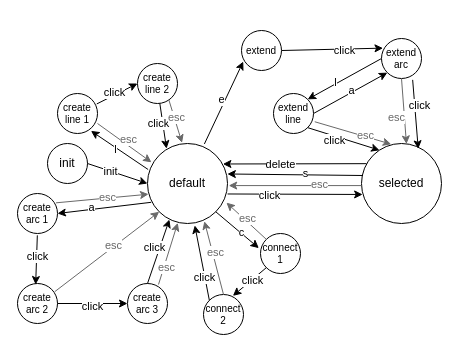
Earlier version of the draw.io diagram state_diagrams.drawio (sunminni/libOpenDRIVE-Mapmaker). Source tidied: cells renumbered, new cells numbered last; positions are measured from the earlier drawing's top-left corner, leaving out a move shared by most shapes. Both pictures are drawn from the tidied source at 100%, with x=0, y=0 at pixel (17, 30).
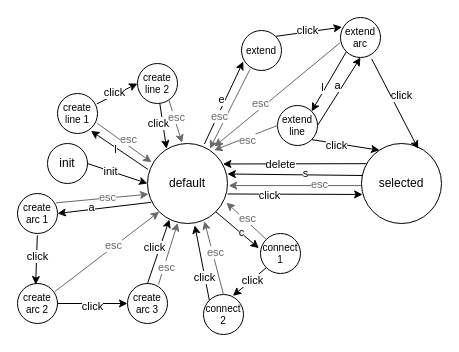
The same page after the edit.

The change refers to these unchanged cells:
```xml
<mxCell id="2" value="default" style="ellipse;whiteSpace=wrap;html=1;" parent="1" vertex="1">
  <mxGeometry x="130" y="113" width="80" height="80" as="geometry" />
</mxCell>
<mxCell id="3" value="selected" style="ellipse;whiteSpace=wrap;html=1;" parent="1" vertex="1">
  <mxGeometry x="344" y="113" width="80" height="80" as="geometry" />
</mxCell>
<mxCell id="65" value="extend" style="ellipse;whiteSpace=wrap;html=1;fontSize=10;" parent="1" vertex="1">
  <mxGeometry x="224" width="40" height="40" as="geometry" />
</mxCell>
```

What changed in the source:
```diff
@@
-    <mxCell id="10" style="endArrow=classic;html=1;rounded=0;exitX=1;exitY=0.5;exitDx=0;exitDy=0;entryX=0;entryY=1;entryDx=0;entryDy=0;" parent="1" edge="1" source="22" target="50">
+    <mxCell id="10" style="endArrow=classic;html=1;rounded=0;exitX=1;exitY=0.5;exitDx=0;exitDy=0;entryX=0.5;entryY=1;entryDx=0;entryDy=0;" parent="1" edge="1" source="22" target="50">
       <mxGeometry relative="1" as="geometry" />
     </mxCell>
@@
     <mxCell id="22" value="extend line" style="ellipse;whiteSpace=wrap;html=1;fontSize=10;" parent="1" vertex="1">
-      <mxGeometry x="256" y="63" width="40" height="40" as="geometry" />
+      <mxGeometry x="260" y="75" width="40" height="40" as="geometry" />
     </mxCell>
-    <mxCell id="23" style="endArrow=classic;html=1;rounded=0;exitX=0;exitY=0.5;exitDx=0;exitDy=0;entryX=1;entryY=0;entryDx=0;entryDy=0;" parent="1" edge="1" source="50" target="22">
+    <mxCell id="23" style="endArrow=classic;html=1;rounded=0;exitX=0;exitY=1;exitDx=0;exitDy=0;entryX=1;entryY=0;entryDx=0;entryDy=0;" parent="1" edge="1" source="50" target="22">
       <mxGeometry relative="1" as="geometry" />
     </mxCell>
@@
-    <mxCell id="25" style="endArrow=classic;html=1;rounded=0;exitX=1;exitY=0.5;exitDx=0;exitDy=0;entryX=0.038;entryY=0.241;entryDx=0;entryDy=0;entryPerimeter=0;" parent="1" edge="1" source="65" target="50">
+    <mxCell id="25" style="endArrow=classic;html=1;rounded=0;exitX=1;exitY=0;exitDx=0;exitDy=0;entryX=0.038;entryY=0.241;entryDx=0;entryDy=0;entryPerimeter=0;" parent="1" edge="1" source="65" target="50">
       <mxGeometry relative="1" as="geometry" />
     </mxCell>
     <mxCell id="26" value="click" style="edgeLabel;html=1;align=center;verticalAlign=middle;" parent="25" vertex="1">
       <mxGeometry x="0.15" relative="1" as="geometry">
-        <mxPoint x="5" y="1" as="offset" />
+        <mxPoint x="-7" y="-1" as="offset" />
       </mxGeometry>
     </mxCell>
@@
-    <mxCell id="48" style="endArrow=classic;html=1;rounded=0;exitX=1.031;exitY=0.706;exitDx=0;exitDy=0;entryX=0.372;entryY=0.009;entryDx=0;entryDy=0;entryPerimeter=0;strokeColor=#696969;exitPerimeter=0;" parent="1" edge="1" source="22" target="3">
+    <mxCell id="48" style="endArrow=classic;html=1;rounded=0;exitX=0;exitY=0.5;exitDx=0;exitDy=0;entryX=0.832;entryY=0.084;entryDx=0;entryDy=0;entryPerimeter=0;strokeColor=#696969;" parent="1" edge="1" source="22" target="2">
       <mxGeometry relative="1" as="geometry" />
     </mxCell>
@@
     <mxCell id="50" value="extend arc" style="ellipse;whiteSpace=wrap;html=1;fontSize=10;" parent="1" vertex="1">
-      <mxGeometry x="364" y="8" width="40" height="40" as="geometry" />
+      <mxGeometry x="323" y="-13" width="40" height="40" as="geometry" />
     </mxCell>
@@
-    <mxCell id="53" style="endArrow=classic;html=1;rounded=0;exitX=0.5;exitY=1;exitDx=0;exitDy=0;entryX=0.562;entryY=0.006;entryDx=0;entryDy=0;strokeColor=#696969;entryPerimeter=0;" parent="1" edge="1" source="50" target="3">
-      <mxGeometry relative="1" as="geometry" />
+    <mxCell id="53" style="endArrow=classic;html=1;rounded=0;exitX=-0.006;exitY=0.628;exitDx=0;exitDy=0;strokeColor=#696969;exitPerimeter=0;" parent="1" edge="1" source="50">
+      <mxGeometry relative="1" as="geometry">
+        <mxPoint x="197" y="116" as="targetPoint" />
+      </mxGeometry>
     </mxCell>
@@
+    <mxCell id="75" style="endArrow=classic;html=1;rounded=0;exitX=0.21;exitY=0.975;exitDx=0;exitDy=0;entryX=0.78;entryY=0.066;entryDx=0;entryDy=0;strokeColor=#696969;entryPerimeter=0;exitPerimeter=0;" parent="1" edge="1" source="65" target="2">
+      <mxGeometry relative="1" as="geometry" />
+    </mxCell>
+    <mxCell id="76" value="esc" style="edgeLabel;html=1;align=center;verticalAlign=middle;fontColor=#696969;" parent="75" vertex="1">
+      <mxGeometry x="0.15" relative="1" as="geometry">
+        <mxPoint x="-8" y="1" as="offset" />
+      </mxGeometry>
+    </mxCell>
```
